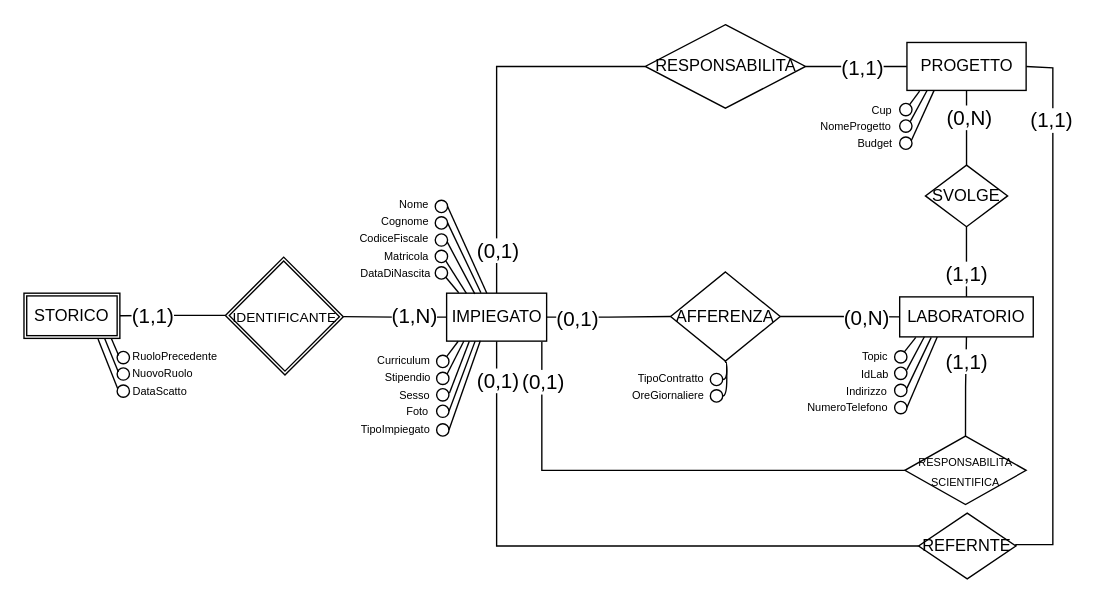
This is Ristrutturato/Ristrutturato_E:R.drawio from terrecruis/Progetto-Azienda, a draw.io file, before an edit. Source tidied: cells renumbered, new cells numbered last; positions are measured from the earlier drawing's top-left corner, leaving out a move shared by most shapes. Both pictures are drawn from the tidied source at 137%, with x=0, y=0 at pixel (23, 23).
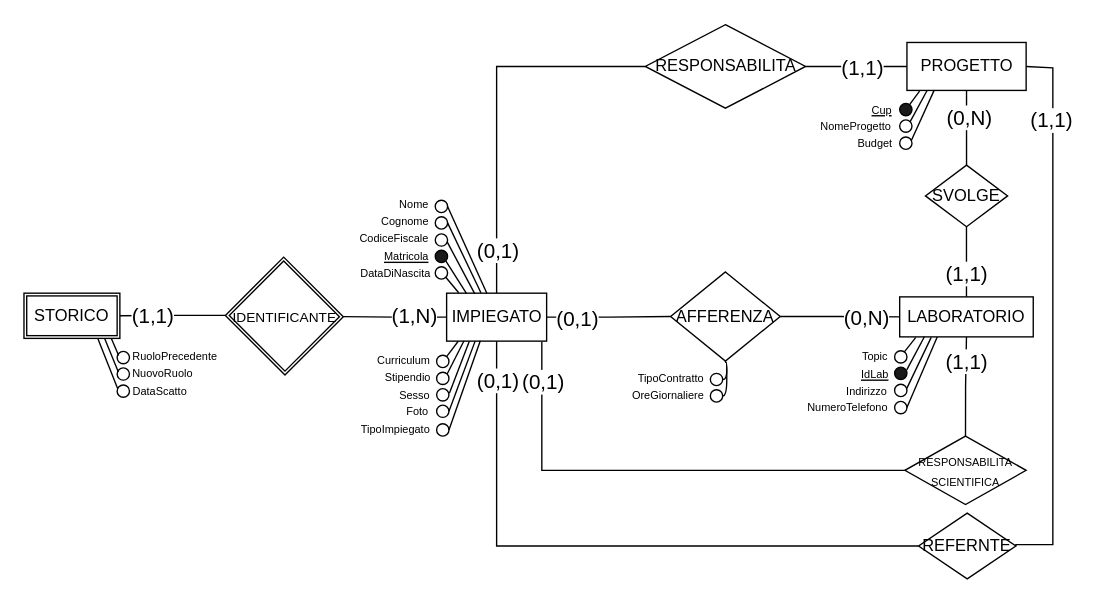
After the change.

The edit, as a diff of the source:
```diff
@@
-    <mxCell id="40" style="ellipse;whiteSpace=wrap;html=1;" parent="1" vertex="1">
+    <mxCell id="40" style="ellipse;whiteSpace=wrap;html=1;fillColor=#1A1A1A;" parent="1" vertex="1">
       <mxGeometry x="300.2" y="165.2" width="9" height="9" as="geometry" />
     </mxCell>
@@
-    <mxCell id="65" style="ellipse;whiteSpace=wrap;html=1;" parent="1" vertex="1">
+    <mxCell id="65" style="ellipse;whiteSpace=wrap;html=1;gradientColor=none;fillColor=#1A1A1A;" parent="1" vertex="1">
       <mxGeometry x="635.5" y="250.5" width="9" height="9" as="geometry" />
     </mxCell>
@@
-    <mxCell id="71" value="IdLab" style="text;html=1;align=center;verticalAlign=middle;strokeColor=none;fillColor=none;fontSize=8;" parent="1" vertex="1">
+    <mxCell id="71" value="&lt;u&gt;IdLab&lt;/u&gt;" style="text;html=1;align=center;verticalAlign=middle;strokeColor=none;fillColor=none;fontSize=8;" parent="1" vertex="1">
       <mxGeometry x="601.8" y="244.5" width="38" height="22" as="geometry" />
     </mxCell>
@@
-    <mxCell id="73" style="ellipse;whiteSpace=wrap;html=1;" parent="1" vertex="1">
+    <mxCell id="73" style="ellipse;whiteSpace=wrap;html=1;fillColor=#1A1A1A;" parent="1" vertex="1">
       <mxGeometry x="639.2" y="58" width="9" height="9" as="geometry" />
     </mxCell>
@@
-    <mxCell id="79" value="Cup" style="text;html=1;align=center;verticalAlign=middle;strokeColor=none;fillColor=none;fontSize=8;" parent="1" vertex="1">
+    <mxCell id="79" value="&lt;u&gt;Cup&lt;/u&gt;" style="text;html=1;align=center;verticalAlign=middle;strokeColor=none;fillColor=none;fontSize=8;" parent="1" vertex="1">
       <mxGeometry x="609" y="51.5" width="33" height="22" as="geometry" />
     </mxCell>
@@
-    <mxCell id="102" value="&lt;font style=&quot;font-size: 8px;&quot;&gt;Matricola&lt;/font&gt;" style="text;html=1;align=center;verticalAlign=middle;strokeColor=none;fillColor=none;fontSize=15;" parent="1" vertex="1">
-      <mxGeometry x="249" y="152" width="60" height="30" as="geometry" />
+    <mxCell id="102" value="&lt;font style=&quot;font-size: 8px;&quot;&gt;&lt;u&gt;Matricola&lt;/u&gt;&lt;/font&gt;" style="text;html=1;align=center;verticalAlign=middle;strokeColor=none;fillColor=none;fontSize=15;" parent="1" vertex="1">
+      <mxGeometry x="254" y="152" width="50" height="30" as="geometry" />
     </mxCell>
```
